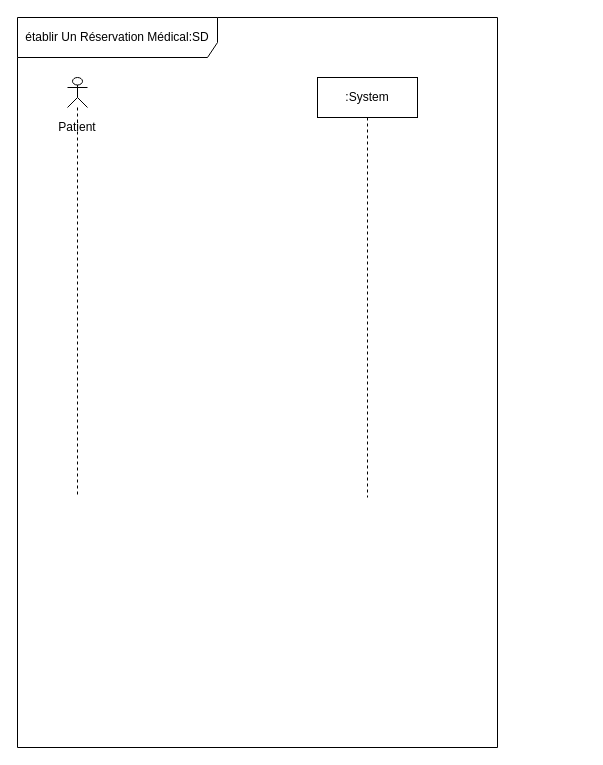
The draw.io diagram Memoire/UML/Diagramme De Séquence/Etablire Un Réservation Médical/2tablire Un Réservation Médical.drawio in allia5/Project-Fin-D--tude, before the edit. Source tidied: cells renumbered, new cells numbered last; positions are measured from the earlier drawing's top-left corner, leaving out a move shared by most shapes. Both pictures are drawn from the tidied source at 100%, with x=0, y=0 at pixel (17, 17).
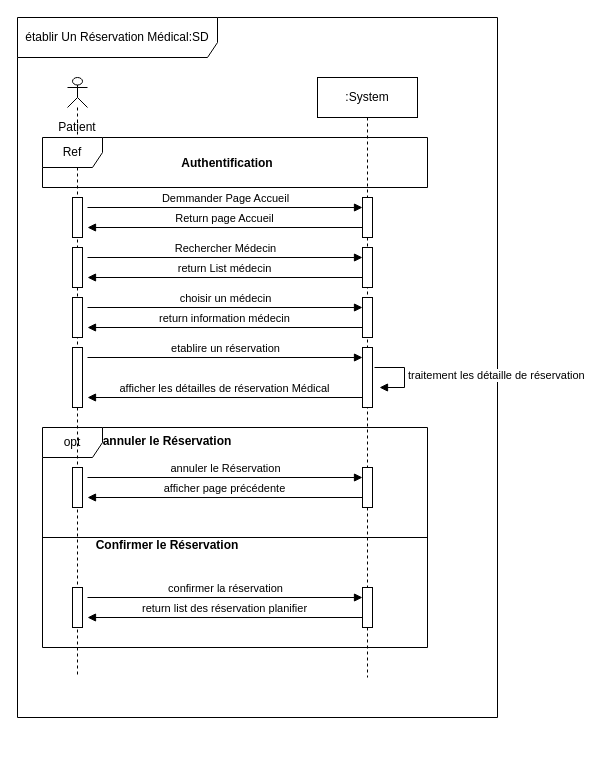
Above is the later version.

Change to the diagram source:
```diff
@@
     <mxCell id="2" value="établir Un Réservation Médical:SD" style="shape=umlFrame;whiteSpace=wrap;html=1;width=200;height=40;" parent="1" vertex="1">
-      <mxGeometry width="480" height="730" as="geometry" />
+      <mxGeometry width="480" height="700" as="geometry" />
     </mxCell>
+    <mxCell id="5" value="opt" style="shape=umlFrame;whiteSpace=wrap;html=1;" parent="1" vertex="1">
+      <mxGeometry x="25" y="410" width="385" height="220" as="geometry" />
+    </mxCell>
     <mxCell id="3" value=":System" style="shape=umlLifeline;perimeter=lifelinePerimeter;whiteSpace=wrap;html=1;" parent="1" vertex="1">
-      <mxGeometry x="300" y="60" width="100" height="420" as="geometry" />
+      <mxGeometry x="300" y="60" width="100" height="600" as="geometry" />
     </mxCell>
+    <mxCell id="6" style="html=1;points=[];perimeter=orthogonalPerimeter;" parent="3" vertex="1">
+      <mxGeometry x="45" y="120" width="10" height="40" as="geometry" />
+    </mxCell>
+    <mxCell id="7" style="html=1;perimeter=orthogonalPerimeter;" parent="3" vertex="1">
+      <mxGeometry x="45" y="170" width="10" height="40" as="geometry" />
+    </mxCell>
+    <mxCell id="8" style="html=1;perimeter=orthogonalPerimeter;" parent="3" vertex="1">
+      <mxGeometry x="45" y="220" width="10" height="40" as="geometry" />
+    </mxCell>
+    <mxCell id="9" style="html=1;perimeter=orthogonalPerimeter;" parent="3" vertex="1">
+      <mxGeometry x="45" y="270" width="10" height="60" as="geometry" />
+    </mxCell>
+    <mxCell id="10" value="traitement les détaille de réservation" style="edgeStyle=orthogonalEdgeStyle;html=1;align=left;spacingLeft=2;endArrow=block;rounded=0;entryX=1;entryY=0;" parent="3" edge="1">
+      <mxGeometry relative="1" as="geometry">
+        <mxPoint x="57" y="290" as="sourcePoint" />
+        <mxPoint x="62" y="310" as="targetPoint" />
+        <Array as="points">
+          <mxPoint x="87" y="290" />
+        </Array>
+      </mxGeometry>
+    </mxCell>
+    <mxCell id="11" style="html=1;perimeter=orthogonalPerimeter;" parent="3" vertex="1">
+      <mxGeometry x="45" y="390" width="10" height="40" as="geometry" />
+    </mxCell>
+    <mxCell id="12" style="html=1;perimeter=orthogonalPerimeter;" parent="3" vertex="1">
+      <mxGeometry x="45" y="510" width="10" height="40" as="geometry" />
+    </mxCell>
     <mxCell id="4" value="Patient" style="shape=umlLifeline;participant=umlActor;perimeter=lifelinePerimeter;whiteSpace=wrap;html=1;verticalAlign=top;spacingTop=36;size=30;" parent="1" vertex="1">
-      <mxGeometry x="50" y="60" width="20" height="420" as="geometry" />
+      <mxGeometry x="50" y="60" width="20" height="600" as="geometry" />
     </mxCell>
+    <mxCell id="13" style="html=1;perimeter=orthogonalPerimeter;" parent="4" vertex="1">
+      <mxGeometry x="5" y="120" width="10" height="40" as="geometry" />
+    </mxCell>
+    <mxCell id="14" style="html=1;perimeter=orthogonalPerimeter;" parent="4" vertex="1">
+      <mxGeometry x="5" y="170" width="10" height="40" as="geometry" />
+    </mxCell>
+    <mxCell id="15" style="html=1;perimeter=orthogonalPerimeter;" parent="4" vertex="1">
+      <mxGeometry x="5" y="220" width="10" height="40" as="geometry" />
+    </mxCell>
+    <mxCell id="16" style="html=1;perimeter=orthogonalPerimeter;" parent="4" vertex="1">
+      <mxGeometry x="5" y="270" width="10" height="60" as="geometry" />
+    </mxCell>
+    <mxCell id="17" style="html=1;perimeter=orthogonalPerimeter;" parent="4" vertex="1">
+      <mxGeometry x="5" y="510" width="10" height="40" as="geometry" />
+    </mxCell>
+    <mxCell id="18" value="Ref" style="shape=umlFrame;whiteSpace=wrap;html=1;" parent="1" vertex="1">
+      <mxGeometry x="25" y="120" width="385" height="50" as="geometry" />
+    </mxCell>
+    <mxCell id="19" value="Authentification" style="text;align=center;fontStyle=1;verticalAlign=middle;spacingLeft=3;spacingRight=3;strokeColor=none;" parent="1" vertex="1">
+      <mxGeometry x="170" y="132" width="80" height="26" as="geometry" />
+    </mxCell>
+    <mxCell id="20" value="Demmander Page Accueil" style="html=1;verticalAlign=bottom;endArrow=block;rounded=0;" parent="1" edge="1" target="6">
+      <mxGeometry relative="1" as="geometry">
+        <mxPoint x="70" y="190" as="sourcePoint" />
+      </mxGeometry>
+    </mxCell>
+    <mxCell id="21" value="Return page Accueil" style="html=1;verticalAlign=bottom;endArrow=block;rounded=0;" parent="1" edge="1">
+      <mxGeometry relative="1" as="geometry">
+        <mxPoint x="345" y="210" as="sourcePoint" />
+        <mxPoint x="70" y="210" as="targetPoint" />
+      </mxGeometry>
+    </mxCell>
+    <mxCell id="22" value="Rechercher Médecin" style="html=1;verticalAlign=bottom;endArrow=block;rounded=0;" parent="1" edge="1">
+      <mxGeometry relative="1" as="geometry">
+        <mxPoint x="70" y="240" as="sourcePoint" />
+        <mxPoint x="345" y="240" as="targetPoint" />
+      </mxGeometry>
+    </mxCell>
+    <mxCell id="23" value="return List médecin" style="html=1;verticalAlign=bottom;endArrow=block;rounded=0;" parent="1" edge="1">
+      <mxGeometry relative="1" as="geometry">
+        <mxPoint x="345" y="260" as="sourcePoint" />
+        <mxPoint x="70" y="260" as="targetPoint" />
+      </mxGeometry>
+    </mxCell>
+    <mxCell id="24" value="choisir un médecin" style="html=1;verticalAlign=bottom;endArrow=block;rounded=0;" parent="1" edge="1">
+      <mxGeometry relative="1" as="geometry">
+        <mxPoint x="70" y="290" as="sourcePoint" />
+        <mxPoint x="345" y="290" as="targetPoint" />
+      </mxGeometry>
+    </mxCell>
+    <mxCell id="25" value="return information médecin" style="html=1;verticalAlign=bottom;endArrow=block;rounded=0;" parent="1" edge="1">
+      <mxGeometry relative="1" as="geometry">
+        <mxPoint x="345" y="310" as="sourcePoint" />
+        <mxPoint x="70" y="310" as="targetPoint" />
+      </mxGeometry>
+    </mxCell>
+    <mxCell id="26" value="etablire un réservation" style="html=1;verticalAlign=bottom;endArrow=block;rounded=0;" parent="1" edge="1">
+      <mxGeometry relative="1" as="geometry">
+        <mxPoint x="70" y="340" as="sourcePoint" />
+        <mxPoint x="345" y="340" as="targetPoint" />
+      </mxGeometry>
+    </mxCell>
+    <mxCell id="27" value="afficher les détailles de réservation Médical" style="html=1;verticalAlign=bottom;endArrow=block;rounded=0;" parent="1" edge="1">
+      <mxGeometry relative="1" as="geometry">
+        <mxPoint x="345" y="380" as="sourcePoint" />
+        <mxPoint x="70" y="380" as="targetPoint" />
+      </mxGeometry>
+    </mxCell>
+    <mxCell id="28" style="endArrow=none;html=1;rounded=0;" parent="1" edge="1">
+      <mxGeometry relative="1" as="geometry">
+        <mxPoint x="25" y="520" as="sourcePoint" />
+        <mxPoint x="410" y="520" as="targetPoint" />
+      </mxGeometry>
+    </mxCell>
+    <mxCell id="29" value="annuler le Réservation" style="text;align=center;fontStyle=1;verticalAlign=middle;spacingLeft=3;spacingRight=3;strokeColor=none;" parent="1" vertex="1">
+      <mxGeometry x="110" y="410" width="80" height="26" as="geometry" />
+    </mxCell>
+    <mxCell id="30" value="Confirmer le Réservation" style="text;align=center;fontStyle=1;verticalAlign=middle;spacingLeft=3;spacingRight=3;strokeColor=none;" parent="1" vertex="1">
+      <mxGeometry x="110" y="514" width="80" height="26" as="geometry" />
+    </mxCell>
+    <mxCell id="31" style="html=1;perimeter=orthogonalPerimeter;" parent="1" vertex="1">
+      <mxGeometry x="55" y="450" width="10" height="40" as="geometry" />
+    </mxCell>
+    <mxCell id="32" value="annuler le Réservation" style="html=1;verticalAlign=bottom;endArrow=block;rounded=0;" parent="1" edge="1">
+      <mxGeometry relative="1" as="geometry">
+        <mxPoint x="70" y="460" as="sourcePoint" />
+        <mxPoint x="345" y="460" as="targetPoint" />
+      </mxGeometry>
+    </mxCell>
+    <mxCell id="33" value="afficher page précédente" style="html=1;verticalAlign=bottom;endArrow=block;rounded=0;" parent="1" edge="1">
+      <mxGeometry relative="1" as="geometry">
+        <mxPoint x="345" y="480" as="sourcePoint" />
+        <mxPoint x="70" y="480" as="targetPoint" />
+      </mxGeometry>
+    </mxCell>
+    <mxCell id="34" value="confirmer la réservation" style="html=1;verticalAlign=bottom;endArrow=block;rounded=0;" parent="1" edge="1">
+      <mxGeometry relative="1" as="geometry">
+        <mxPoint x="70" y="580" as="sourcePoint" />
+        <mxPoint x="345" y="580" as="targetPoint" />
+      </mxGeometry>
+    </mxCell>
+    <mxCell id="35" value="return list des réservation planifier" style="html=1;verticalAlign=bottom;endArrow=block;rounded=0;" parent="1" edge="1">
+      <mxGeometry relative="1" as="geometry">
+        <mxPoint x="345" y="600" as="sourcePoint" />
+        <mxPoint x="70" y="600" as="targetPoint" />
+      </mxGeometry>
+    </mxCell>
```
